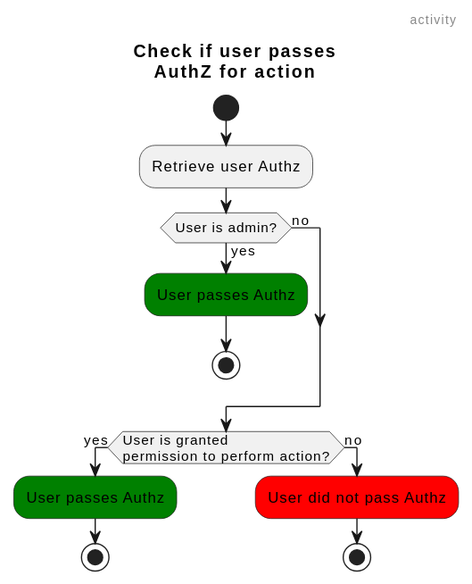
The PlantUML diagram docs/diagrams/dist/authz-activity.svg in xomiachuna/wallabago, before a commit.
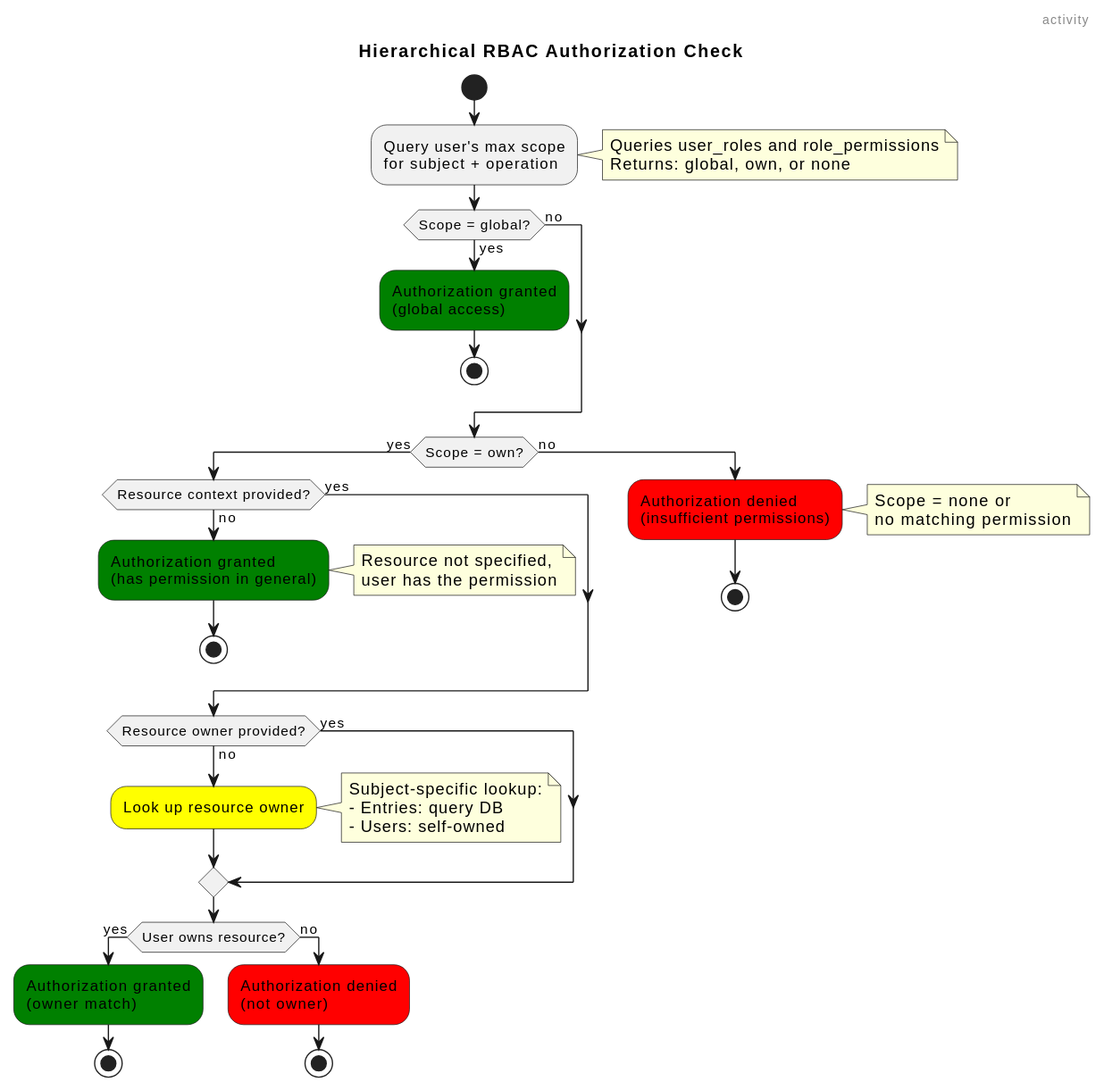
After the commit.

Commit message:
ai/docs: Update the RBAC logic diagram

The edit, as a diff of the source:
```diff
@@ -1,19 +1,60 @@
 @startuml
 header activity
-title Check if user passes\nAuthZ for action
+title Hierarchical RBAC Authorization Check
 
 start
-:Retrieve user Authz;
-if (User is admin?) then (yes)
-    #green:User passes Authz;
+:Query user's max scope
+for subject + operation;
+note right
+  Queries user_roles and role_permissions
+  Returns: global, own, or none
+end note
+
+if (Scope = global?) then (yes)
+    #green:Authorization granted
+    (global access);
     stop
 else (no)
 endif
-if (User is granted\npermission to perform action?) then (yes)
-    #green:User passes Authz;
-    stop
+
+if (Scope = own?) then (yes)
+    if (Resource context provided?) then (no)
+        #green:Authorization granted
+        (has permission in general);
+        note right
+          Resource not specified,
+          user has the permission
+        end note
+        stop
+    else (yes)
+    endif
+
+    if (Resource owner provided?) then (no)
+        #yellow:Look up resource owner;
+        note right
+          Subject-specific lookup:
+          - Entries: query DB
+          - Users: self-owned
+        end note
+    else (yes)
+    endif
+
+    if (User owns resource?) then (yes)
+        #green:Authorization granted
+        (owner match);
+        stop
+    else (no)
+        #red:Authorization denied
+        (not owner);
+        stop
+    endif
 else (no)
-    #red:User did not pass Authz;
+    #red:Authorization denied
+    (insufficient permissions);
+    note right
+      Scope = none or
+      no matching permission
+    end note
     stop
 endif
 @enduml
```
